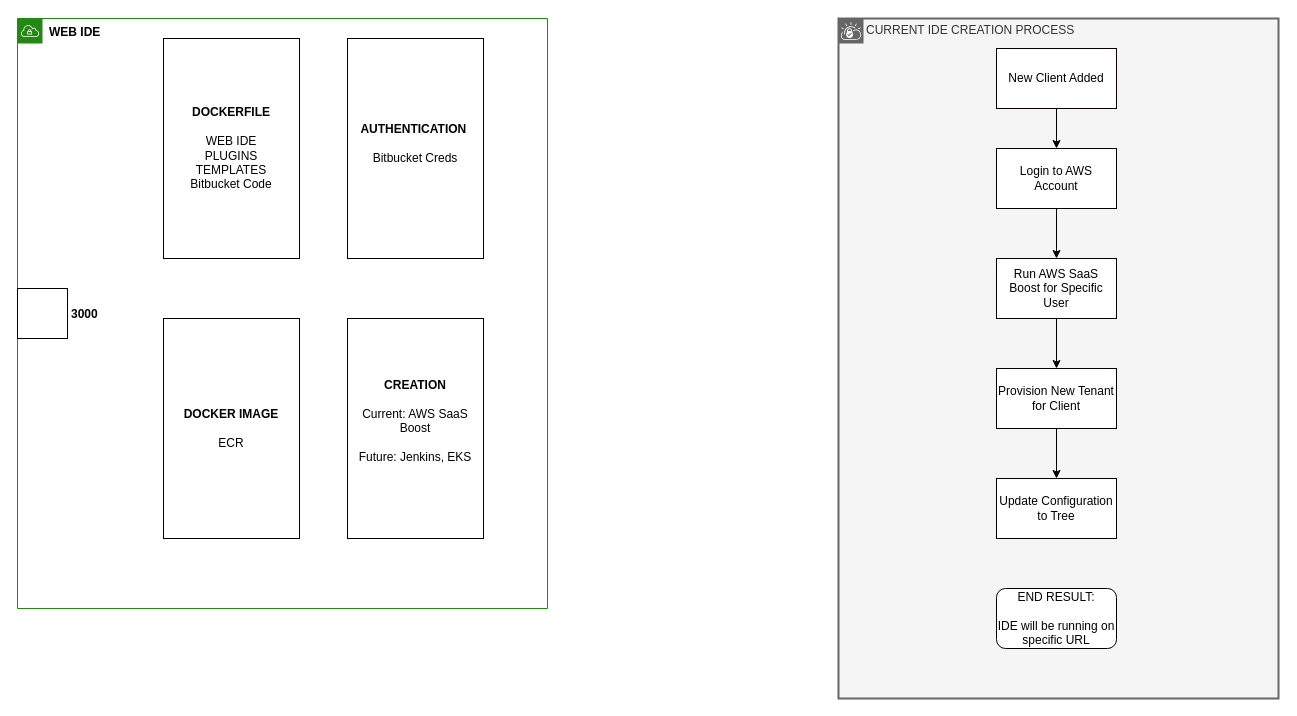
This is page "WEB IDE" (2 of 7) of Nimbal.drawio from haarsh31/architecture, a draw.io file, before an edit. Source tidied: cells renumbered, new cells numbered last; positions are measured from the earlier drawing's top-left corner, leaving out a move shared by most shapes. Both pictures are drawn from the tidied source at 100%, with x=0, y=0 at pixel (17, 18).
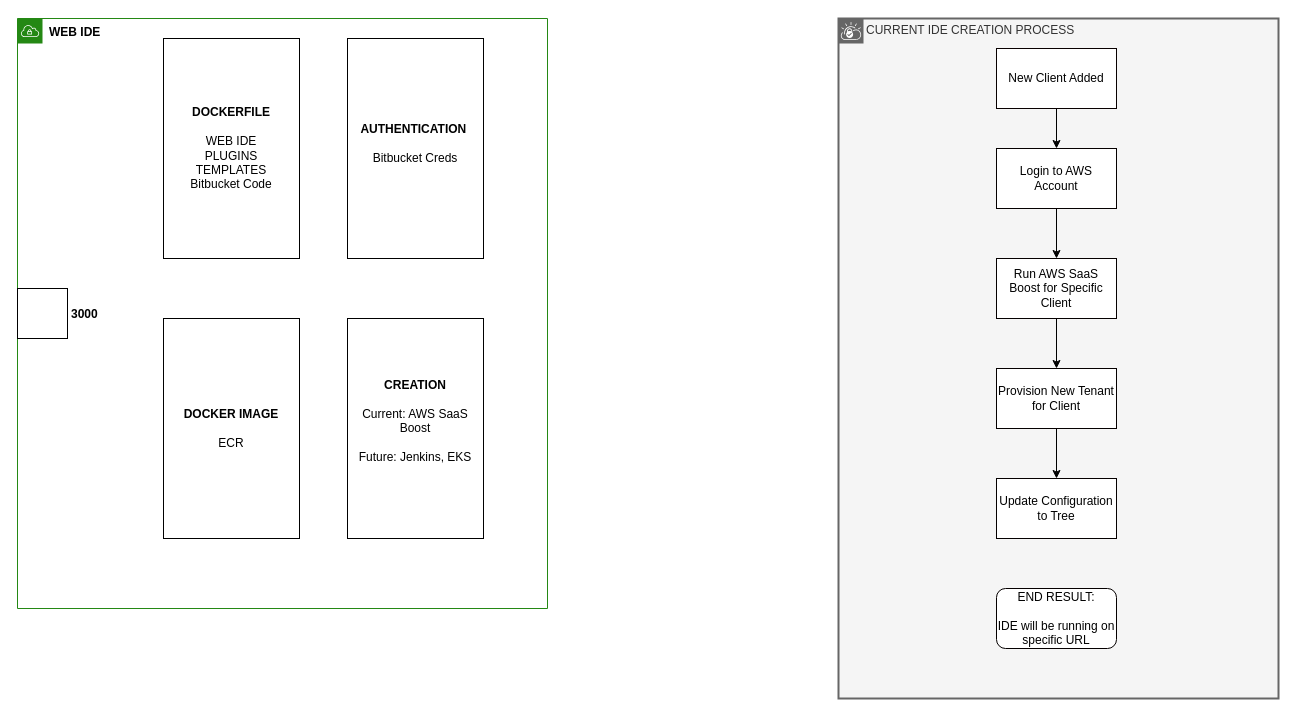
Above is the later version.

The change refers to these unchanged cells:
```xml
<mxCell id="10" value="CURRENT IDE CREATION PROCESS" style="shape=mxgraph.ibm.box;prType=vpc;fontStyle=0;verticalAlign=top;align=left;spacingLeft=32;spacingTop=4;fillColor=#f5f5f5;rounded=0;whiteSpace=wrap;html=1;strokeColor=#666666;strokeWidth=2;dashed=0;spacing=-4;fontColor=#333333;" parent="1" vertex="1">
  <mxGeometry x="821" width="440" height="680" as="geometry" />
</mxCell>
```

The edit, as a diff of the source:
```diff
@@
-    <mxCell id="16" value="Run AWS SaaS Boost for Specific User" style="rounded=0;whiteSpace=wrap;html=1;strokeColor=#050000;" parent="10" vertex="1">
+    <mxCell id="16" value="Run AWS SaaS Boost for Specific Client" style="rounded=0;whiteSpace=wrap;html=1;strokeColor=#050000;" parent="10" vertex="1">
       <mxGeometry x="158" y="240" width="120" height="60" as="geometry" />
     </mxCell>
```
